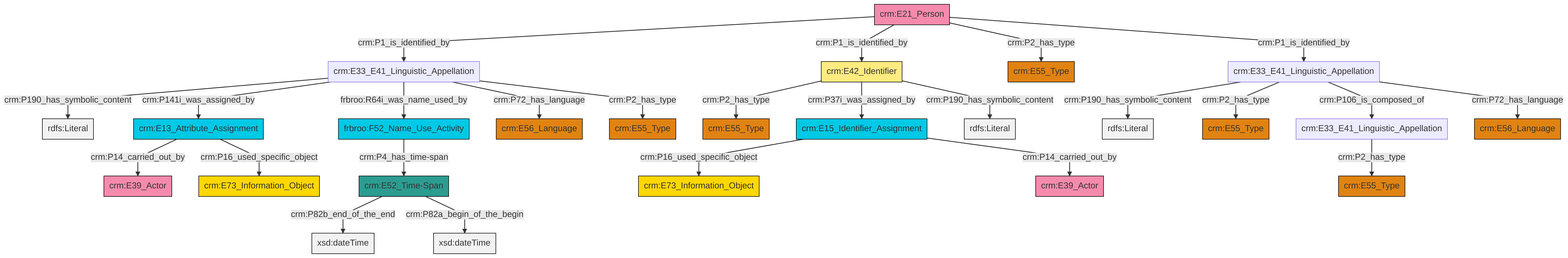
swiss-art-research-net/reference-data-models keeps this Mermaid diagram as et/personCSV/ttl/mmd/png/Person_Names_and_Classification.png. Above is the earlier version. Its source is kept beside it as et/personCSV/ttl/mmd/Person_Names_and_Classification.ttl.mmd.
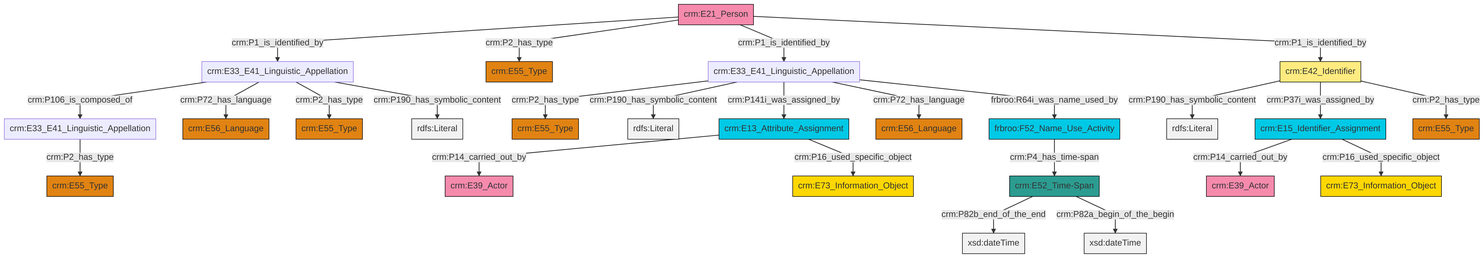
Above is the later version.

Change to the diagram source:
```diff
@@ -13,27 +13,27 @@
 classDef PC_Classes fill:#4ce600, stroke:#000000;
 classDef Multi fill:#cccccc,stroke:#000000;
 
-2["crm:E21_Person"]:::Actor -->|crm:P1_is_identified_by| 3["crm:E33_E41_Linguistic_Appellation"]:::Default
-4["crm:E15_Identifier_Assignment"]:::Temporal_Entity -->|crm:P16_used_specific_object| 5["crm:E73_Information_Object"]:::Conceptual_Object
-8["crm:E42_Identifier"]:::Appellation -->|crm:P2_has_type| 10["crm:E55_Type"]:::Type
-3["crm:E33_E41_Linguistic_Appellation"]:::Default -->|crm:P190_has_symbolic_content| 17[rdfs:Literal]:::Literal
-6["crm:E33_E41_Linguistic_Appellation"]:::Default -->|crm:P190_has_symbolic_content| 18[rdfs:Literal]:::Literal
-2["crm:E21_Person"]:::Actor -->|crm:P1_is_identified_by| 8["crm:E42_Identifier"]:::Appellation
-2["crm:E21_Person"]:::Actor -->|crm:P2_has_type| 24["crm:E55_Type"]:::Type
-28["crm:E13_Attribute_Assignment"]:::Temporal_Entity -->|crm:P14_carried_out_by| 22["crm:E39_Actor"]:::Actor
-3["crm:E33_E41_Linguistic_Appellation"]:::Default -->|crm:P141i_was_assigned_by| 28["crm:E13_Attribute_Assignment"]:::Temporal_Entity
-6["crm:E33_E41_Linguistic_Appellation"]:::Default -->|crm:P2_has_type| 0["crm:E55_Type"]:::Type
-3["crm:E33_E41_Linguistic_Appellation"]:::Default -->|frbroo:R64i_was_name_used_by| 25["frbroo:F52_Name_Use_Activity"]:::Temporal_Entity
-6["crm:E33_E41_Linguistic_Appellation"]:::Default -->|crm:P106_is_composed_of| 13["crm:E33_E41_Linguistic_Appellation"]:::Default
-11["crm:E52_Time-Span"]:::Time-Span -->|crm:P82b_end_of_the_end| 33[xsd:dateTime]:::Literal
-2["crm:E21_Person"]:::Actor -->|crm:P1_is_identified_by| 6["crm:E33_E41_Linguistic_Appellation"]:::Default
-13["crm:E33_E41_Linguistic_Appellation"]:::Default -->|crm:P2_has_type| 35["crm:E55_Type"]:::Type
-25["frbroo:F52_Name_Use_Activity"]:::Temporal_Entity -->|crm:P4_has_time-span| 11["crm:E52_Time-Span"]:::Time-Span
-11["crm:E52_Time-Span"]:::Time-Span -->|crm:P82a_begin_of_the_begin| 39[xsd:dateTime]:::Literal
-6["crm:E33_E41_Linguistic_Appellation"]:::Default -->|crm:P72_has_language| 15["crm:E56_Language"]:::Type
-28["crm:E13_Attribute_Assignment"]:::Temporal_Entity -->|crm:P16_used_specific_object| 30["crm:E73_Information_Object"]:::Conceptual_Object
-4["crm:E15_Identifier_Assignment"]:::Temporal_Entity -->|crm:P14_carried_out_by| 40["crm:E39_Actor"]:::Actor
-8["crm:E42_Identifier"]:::Appellation -->|crm:P37i_was_assigned_by| 4["crm:E15_Identifier_Assignment"]:::Temporal_Entity
-3["crm:E33_E41_Linguistic_Appellation"]:::Default -->|crm:P72_has_language| 19["crm:E56_Language"]:::Type
-8["crm:E42_Identifier"]:::Appellation -->|crm:P190_has_symbolic_content| 42[rdfs:Literal]:::Literal
-3["crm:E33_E41_Linguistic_Appellation"]:::Default -->|crm:P2_has_type| 43["crm:E55_Type"]:::Type
+8["crm:E33_E41_Linguistic_Appellation"]:::Default -->|crm:P106_is_composed_of| 4["crm:E33_E41_Linguistic_Appellation"]:::Default
+9["crm:E33_E41_Linguistic_Appellation"]:::Default -->|crm:P2_has_type| 10["crm:E55_Type"]:::Type
+8["crm:E33_E41_Linguistic_Appellation"]:::Default -->|crm:P72_has_language| 11["crm:E56_Language"]:::Type
+12["crm:E52_Time-Span"]:::Time-Span -->|crm:P82b_end_of_the_end| 14[xsd:dateTime]:::Literal
+19["crm:E13_Attribute_Assignment"]:::Temporal_Entity -->|crm:P14_carried_out_by| 0["crm:E39_Actor"]:::Actor
+9["crm:E33_E41_Linguistic_Appellation"]:::Default -->|crm:P190_has_symbolic_content| 23[rdfs:Literal]:::Literal
+19["crm:E13_Attribute_Assignment"]:::Temporal_Entity -->|crm:P16_used_specific_object| 15["crm:E73_Information_Object"]:::Conceptual_Object
+6["crm:E21_Person"]:::Actor -->|crm:P1_is_identified_by| 8["crm:E33_E41_Linguistic_Appellation"]:::Default
+8["crm:E33_E41_Linguistic_Appellation"]:::Default -->|crm:P2_has_type| 2["crm:E55_Type"]:::Type
+8["crm:E33_E41_Linguistic_Appellation"]:::Default -->|crm:P190_has_symbolic_content| 33[rdfs:Literal]:::Literal
+6["crm:E21_Person"]:::Actor -->|crm:P2_has_type| 27["crm:E55_Type"]:::Type
+9["crm:E33_E41_Linguistic_Appellation"]:::Default -->|crm:P141i_was_assigned_by| 19["crm:E13_Attribute_Assignment"]:::Temporal_Entity
+4["crm:E33_E41_Linguistic_Appellation"]:::Default -->|crm:P2_has_type| 29["crm:E55_Type"]:::Type
+38["crm:E15_Identifier_Assignment"]:::Temporal_Entity -->|crm:P14_carried_out_by| 34["crm:E39_Actor"]:::Actor
+39["crm:E42_Identifier"]:::Appellation -->|crm:P190_has_symbolic_content| 40[rdfs:Literal]:::Literal
+38["crm:E15_Identifier_Assignment"]:::Temporal_Entity -->|crm:P16_used_specific_object| 36["crm:E73_Information_Object"]:::Conceptual_Object
+39["crm:E42_Identifier"]:::Appellation -->|crm:P37i_was_assigned_by| 38["crm:E15_Identifier_Assignment"]:::Temporal_Entity
+9["crm:E33_E41_Linguistic_Appellation"]:::Default -->|crm:P72_has_language| 17["crm:E56_Language"]:::Type
+21["frbroo:F52_Name_Use_Activity"]:::Temporal_Entity -->|crm:P4_has_time-span| 12["crm:E52_Time-Span"]:::Time-Span
+12["crm:E52_Time-Span"]:::Time-Span -->|crm:P82a_begin_of_the_begin| 46[xsd:dateTime]:::Literal
+6["crm:E21_Person"]:::Actor -->|crm:P1_is_identified_by| 9["crm:E33_E41_Linguistic_Appellation"]:::Default
+39["crm:E42_Identifier"]:::Appellation -->|crm:P2_has_type| 24["crm:E55_Type"]:::Type
+9["crm:E33_E41_Linguistic_Appellation"]:::Default -->|frbroo:R64i_was_name_used_by| 21["frbroo:F52_Name_Use_Activity"]:::Temporal_Entity
+6["crm:E21_Person"]:::Actor -->|crm:P1_is_identified_by| 39["crm:E42_Identifier"]:::Appellation
```
